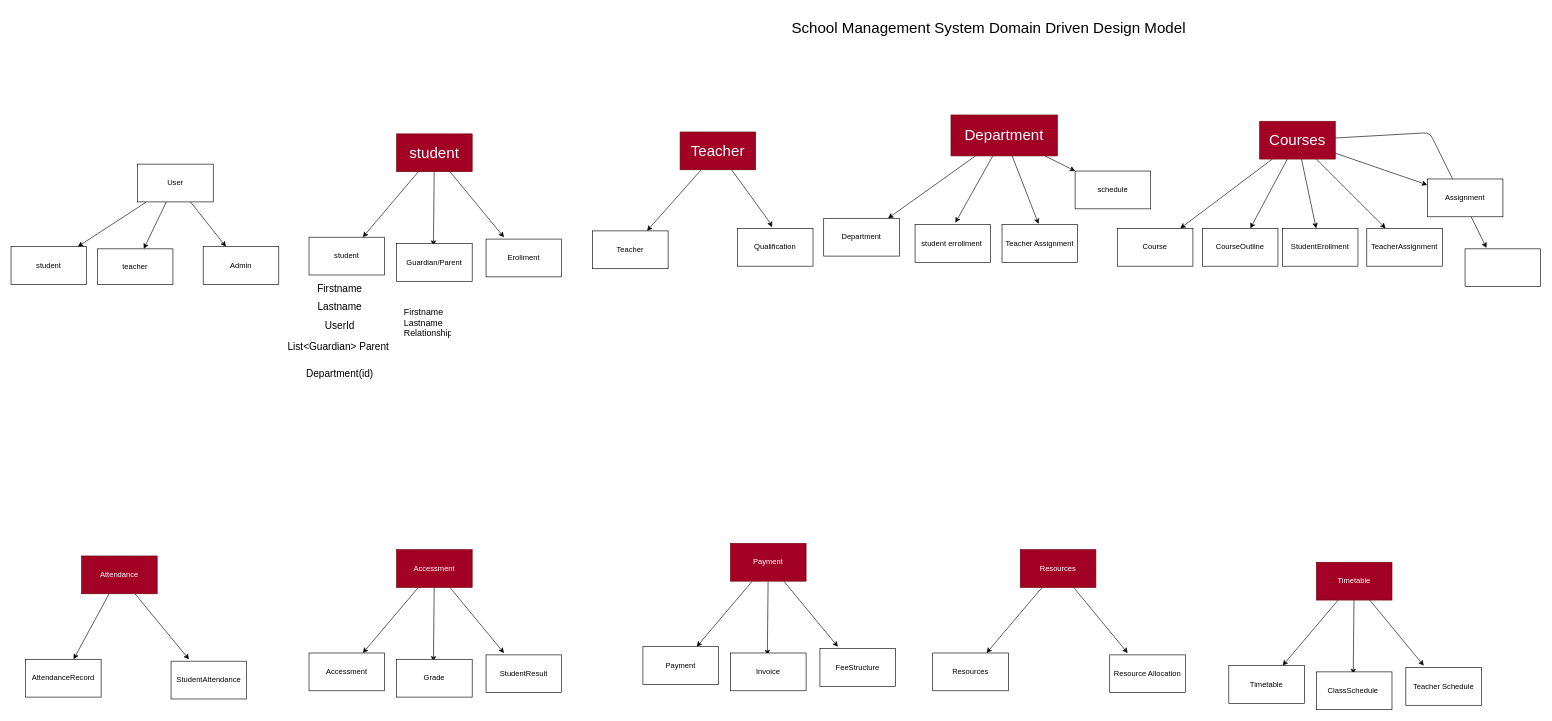
Before: app.drawio in hakeem2499/SchoolAutomation, a draw.io diagram. Source tidied: cells renumbered, new cells numbered last; positions are measured from the earlier drawing's top-left corner, leaving out a move shared by most shapes. Both pictures are drawn from the tidied source at 63%, with x=0, y=0 at pixel (11, 11).
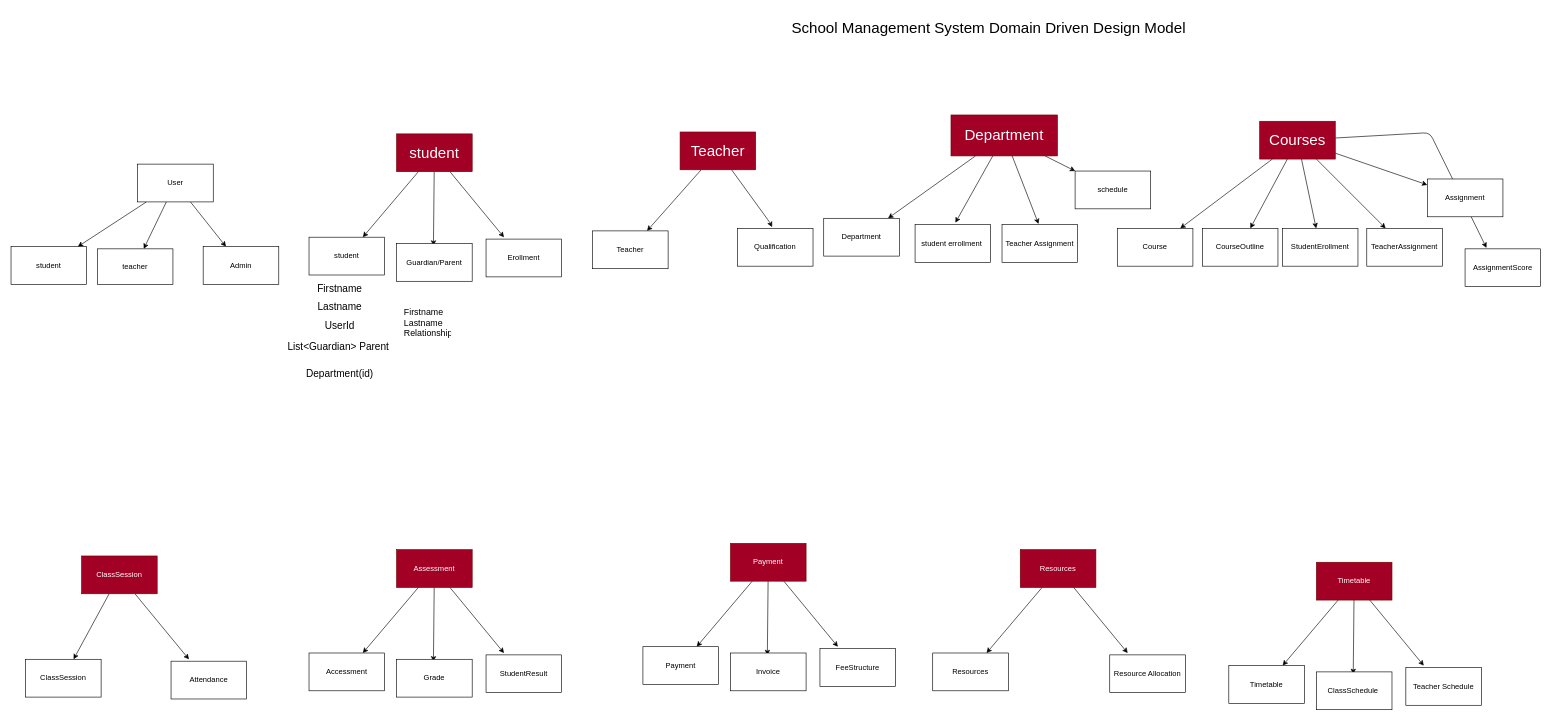
The same page after the edit.

Change to the diagram source:
```diff
@@
-    <mxCell id="32" value="Accessment" style="rounded=0;whiteSpace=wrap;html=1;fillColor=#a20025;fontColor=#ffffff;strokeColor=#6F0000;" parent="1" vertex="1">
+    <mxCell id="32" value="Assessment" style="rounded=0;whiteSpace=wrap;html=1;fillColor=#a20025;fontColor=#ffffff;strokeColor=#6F0000;" parent="1" vertex="1">
       <mxGeometry x="612" y="855" width="120" height="60" as="geometry" />
     </mxCell>
@@
-    <mxCell id="50" value="Attendance" style="rounded=0;whiteSpace=wrap;html=1;fillColor=#a20025;fontColor=#ffffff;strokeColor=#6F0000;" parent="1" vertex="1">
+    <mxCell id="50" value="ClassSession" style="rounded=0;whiteSpace=wrap;html=1;fillColor=#a20025;fontColor=#ffffff;strokeColor=#6F0000;" parent="1" vertex="1">
       <mxGeometry x="112" y="865" width="120" height="60" as="geometry" />
     </mxCell>
-    <mxCell id="51" value="AttendanceRecord" style="rounded=0;whiteSpace=wrap;html=1;" parent="1" vertex="1">
+    <mxCell id="51" value="ClassSession" style="rounded=0;whiteSpace=wrap;html=1;" parent="1" vertex="1">
       <mxGeometry x="23" y="1029" width="120" height="60" as="geometry" />
     </mxCell>
-    <mxCell id="52" value="StudentAttendance" style="rounded=0;whiteSpace=wrap;html=1;" parent="1" vertex="1">
+    <mxCell id="52" value="Attendance" style="rounded=0;whiteSpace=wrap;html=1;" parent="1" vertex="1">
       <mxGeometry x="254" y="1032" width="120" height="60" as="geometry" />
     </mxCell>
@@
-    <mxCell id="80" style="rounded=0;whiteSpace=wrap;html=1;" parent="1" vertex="1">
+    <mxCell id="80" value="AssignmentScore" style="rounded=0;whiteSpace=wrap;html=1;" parent="1" vertex="1">
       <mxGeometry x="2308" y="377.5" width="120" height="60" as="geometry" />
     </mxCell>
```
